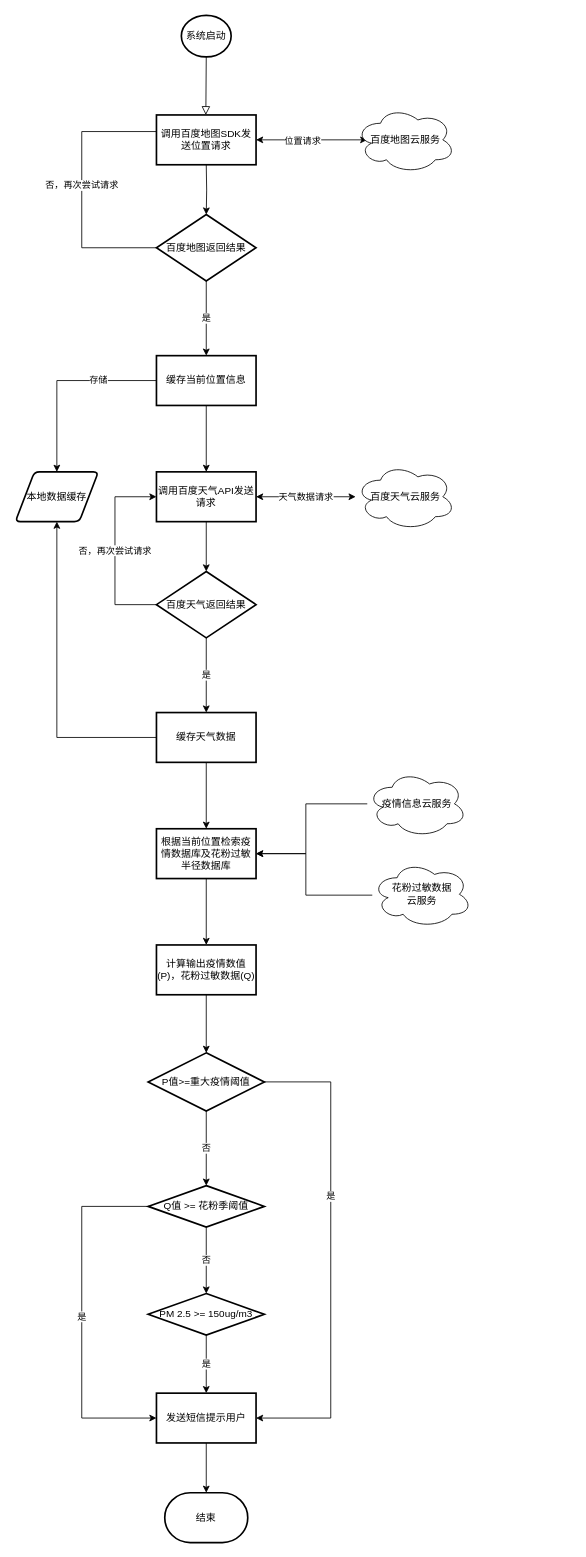
Earlier version of the draw.io diagram assignment2.drawio (qiaoqiaoxiong/diagram). Source tidied: cells renumbered, new cells numbered last; positions are measured from the earlier drawing's top-left corner, leaving out a move shared by most shapes. Both pictures are drawn from the tidied source at 83%, with x=0, y=0 at pixel (15, 15).
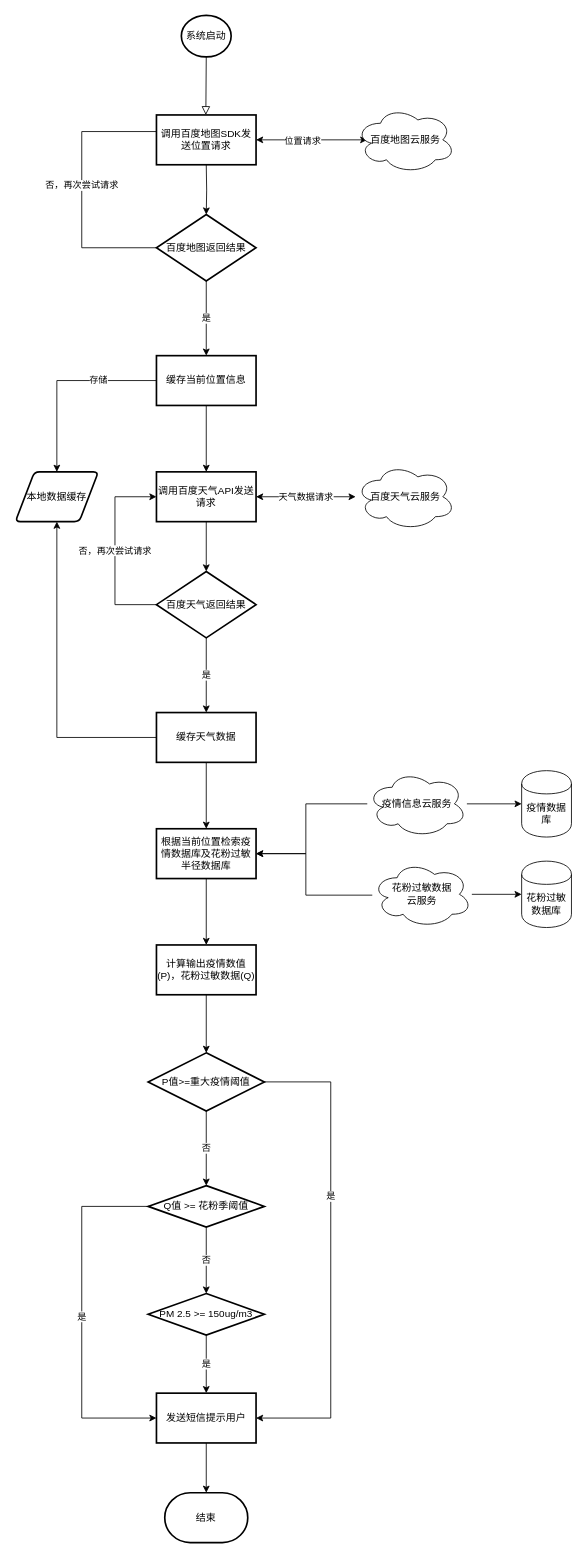
The same diagram, later.

The change refers to these unchanged cells:
```xml
<mxCell id="43" value="疫情信息云服务" style="ellipse;shape=cloud;whiteSpace=wrap;html=1;" parent="1" vertex="1">
  <mxGeometry x="424" y="910" width="120" height="80" as="geometry" />
</mxCell>
<mxCell id="45" value="花粉过敏数据&lt;br&gt;云服务" style="ellipse;shape=cloud;whiteSpace=wrap;html=1;" parent="1" vertex="1">
  <mxGeometry x="430" y="1019" width="120" height="80" as="geometry" />
</mxCell>
```

What changed in the source:
```diff
@@
+    <mxCell id="46" style="edgeStyle=orthogonalEdgeStyle;rounded=0;jettySize=auto;html=1;" parent="1" edge="1" source="43" target="49">
+      <mxGeometry relative="1" as="geometry" />
+    </mxCell>
@@
+    <mxCell id="47" style="edgeStyle=orthogonalEdgeStyle;rounded=0;jettySize=auto;html=1;" parent="1" edge="1" source="45" target="48">
+      <mxGeometry relative="1" as="geometry" />
+    </mxCell>
@@
+    <mxCell id="48" value="花粉过敏数据库" style="shape=cylinder;whiteSpace=wrap;html=1;boundedLbl=1;backgroundOutline=1;" parent="1" vertex="1">
+      <mxGeometry x="610" y="1019" width="60" height="80" as="geometry" />
+    </mxCell>
+    <mxCell id="49" value="疫情数据库" style="shape=cylinder;whiteSpace=wrap;html=1;boundedLbl=1;backgroundOutline=1;" parent="1" vertex="1">
+      <mxGeometry x="610" y="910" width="60" height="80" as="geometry" />
+    </mxCell>
```
